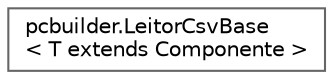
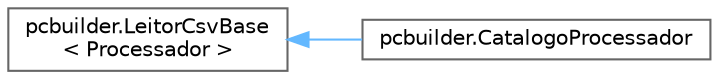
digraph "Graphical Class Hierarchy"
{
 // LATEX_PDF_SIZE
  bgcolor="transparent";
  edge [fontname=Helvetica,fontsize=10,labelfontname=Helvetica,labelfontsize=10];
  node [fontname=Helvetica,fontsize=10,shape=box,height=0.2,width=0.4];
  rankdir="LR";
-   Node0 [id="Node000000",label="pcbuilder.LeitorCsvBase\l\< T extends Componente \>",height=0.2,width=0.4,color="grey40", fillcolor="white", style="filled",URL="$classpcbuilder_1_1LeitorCsvBase.html",tooltip="Classe abstrata base (Data Access Object) para leitura de catálogos. Aplica os padrões Template Metho..."];
+   Node0 [id="Node000000",label="pcbuilder.LeitorCsvBase\l\< Processador \>",height=0.2,width=0.4,color="grey40", fillcolor="white", style="filled",URL="$classpcbuilder_1_1LeitorCsvBase.html",tooltip=" "];
+   Node0 -> Node1 [id="edge8_Node000000_Node000001",dir="back",color="steelblue1",style="solid",tooltip=" "];
+   Node1 [id="Node000001",label="pcbuilder.CatalogoProcessador",height=0.2,width=0.4,color="grey40", fillcolor="white", style="filled",URL="$classpcbuilder_1_1CatalogoProcessador.html",tooltip="DAO específico do Processador. Herda a base de arquivos e foca apenas em converter as 10 colunas em u..."];
}
